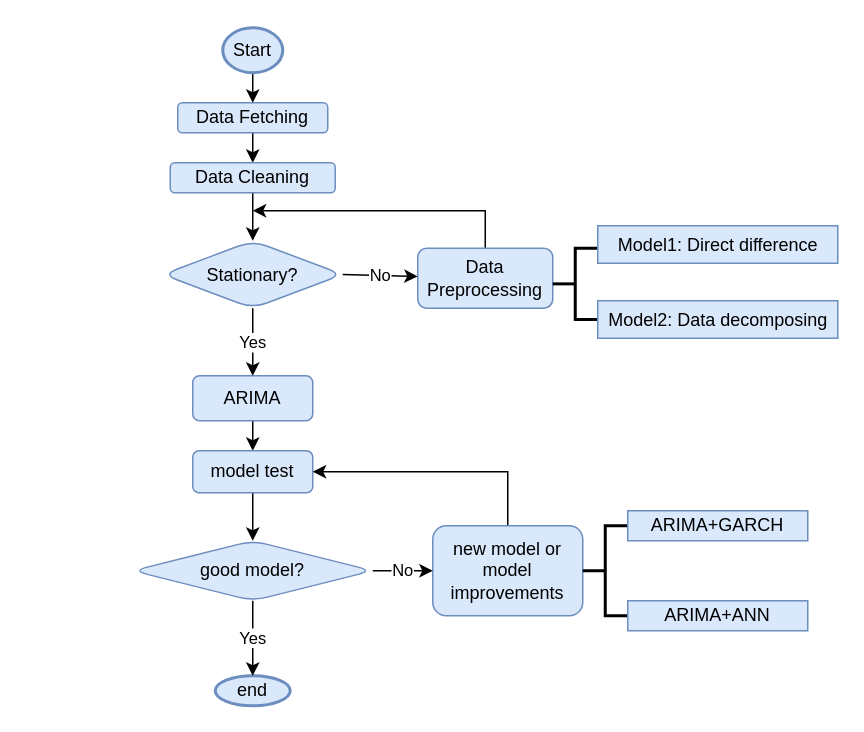
zzp1012/tesla-stock-prediction keeps this draw.io diagram as figures/Untitled Diagram.drawio. Above is the earlier version. Source tidied: cells renumbered, new cells numbered last; positions are measured from the earlier drawing's top-left corner, leaving out a move shared by most shapes. Both pictures are drawn from the tidied source at 150%, with x=0, y=0 at pixel (132, 27).
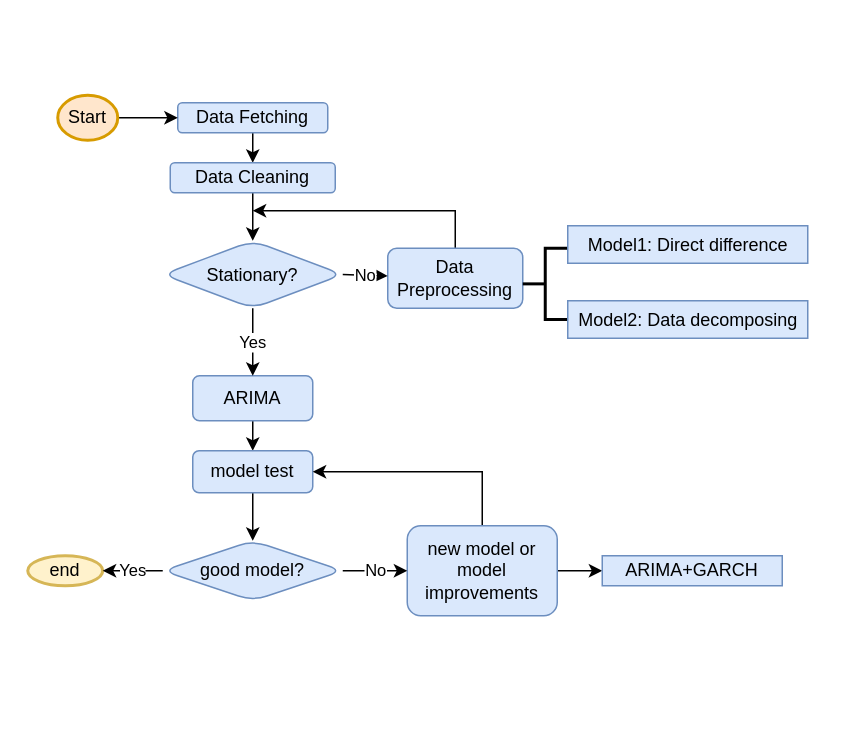
After the change.

The change refers to these unchanged cells:
```xml
<mxCell id="3" value="Data Fetching" style="rounded=1;whiteSpace=wrap;html=1;fontSize=12;glass=0;strokeWidth=1;shadow=0;fillColor=#dae8fc;strokeColor=#6c8ebf;" parent="1" vertex="1">
  <mxGeometry x="30" y="50" width="100" height="20" as="geometry" />
</mxCell>
<mxCell id="16" value="model test" style="whiteSpace=wrap;html=1;rounded=1;shadow=0;strokeWidth=1;glass=0;fillColor=#dae8fc;strokeColor=#6c8ebf;" parent="1" vertex="1">
  <mxGeometry x="40" y="282" width="80" height="28" as="geometry" />
</mxCell>
```

What changed in the source:
```diff
@@
-    <mxCell id="6" style="edgeStyle=none;rounded=0;jettySize=auto;html=1;exitX=0.5;exitY=1;exitDx=0;exitDy=0;exitPerimeter=0;entryX=0.5;entryY=0;entryDx=0;entryDy=0;" parent="1" edge="1" source="7" target="3">
+    <mxCell id="6" style="edgeStyle=none;rounded=0;jettySize=auto;html=1;exitX=1;exitY=0.5;exitDx=0;exitDy=0;exitPerimeter=0;entryX=0;entryY=0.5;entryDx=0;entryDy=0;" parent="1" edge="1" source="7" target="3">
       <mxGeometry relative="1" as="geometry" />
     </mxCell>
-    <mxCell id="7" value="Start" style="strokeWidth=2;html=1;shape=mxgraph.flowchart.start_1;whiteSpace=wrap;fillColor=#dae8fc;strokeColor=#6c8ebf;" parent="1" vertex="1">
-      <mxGeometry x="60" width="40" height="30" as="geometry" />
+    <mxCell id="7" value="Start" style="strokeWidth=2;html=1;shape=mxgraph.flowchart.start_1;whiteSpace=wrap;fillColor=#ffe6cc;strokeColor=#d79b00;" parent="1" vertex="1">
+      <mxGeometry x="-50" y="45" width="40" height="30" as="geometry" />
     </mxCell>
@@
     <mxCell id="9" style="edgeStyle=none;rounded=0;jettySize=auto;html=1;exitX=0.5;exitY=0;exitDx=0;exitDy=0;" parent="1" edge="1" source="10">
       <mxGeometry relative="1" as="geometry">
         <mxPoint x="80" y="122" as="targetPoint" />
         <Array as="points">
-          <mxPoint x="235" y="122" />
+          <mxPoint x="215" y="122" />
         </Array>
       </mxGeometry>
     </mxCell>
     <mxCell id="10" value="Data Preprocessing" style="whiteSpace=wrap;html=1;rounded=1;shadow=0;strokeWidth=1;glass=0;fillColor=#dae8fc;strokeColor=#6c8ebf;" parent="1" vertex="1">
-      <mxGeometry x="190" y="147" width="90" height="40" as="geometry" />
+      <mxGeometry x="170" y="147" width="90" height="40" as="geometry" />
     </mxCell>
@@
     <mxCell id="17" value="good model?" style="rhombus;whiteSpace=wrap;html=1;rounded=1;shadow=0;strokeWidth=1;glass=0;fillColor=#dae8fc;strokeColor=#6c8ebf;" parent="1" vertex="1">
-      <mxGeometry y="342" width="160" height="40" as="geometry" />
+      <mxGeometry x="20" y="342" width="120" height="40" as="geometry" />
     </mxCell>
     <mxCell id="18" style="edgeStyle=none;rounded=0;jettySize=auto;html=1;exitX=0.5;exitY=0;exitDx=0;exitDy=0;entryX=1;entryY=0.5;entryDx=0;entryDy=0;" parent="1" edge="1" source="19" target="16">
       <mxGeometry relative="1" as="geometry">
         <Array as="points">
-          <mxPoint x="250" y="296" />
+          <mxPoint x="233" y="312" />
+          <mxPoint x="233" y="296" />
         </Array>
       </mxGeometry>
     </mxCell>
+    <mxCell id="30" style="edgeStyle=orthogonalEdgeStyle;rounded=0;jettySize=auto;html=1;exitX=1;exitY=0.5;exitDx=0;exitDy=0;entryX=0;entryY=0.5;entryDx=0;entryDy=0;" parent="1" edge="1" source="19" target="28">
+      <mxGeometry relative="1" as="geometry" />
+    </mxCell>
     <mxCell id="19" value="new model or model improvements" style="whiteSpace=wrap;html=1;rounded=1;shadow=0;strokeWidth=1;glass=0;fillColor=#dae8fc;strokeColor=#6c8ebf;" parent="1" vertex="1">
-      <mxGeometry x="200" y="332" width="100" height="60" as="geometry" />
+      <mxGeometry x="183" y="332" width="100" height="60" as="geometry" />
     </mxCell>
@@
-    <mxCell id="21" value="end" style="ellipse;whiteSpace=wrap;html=1;rounded=1;shadow=0;strokeWidth=2;glass=0;fillColor=#dae8fc;strokeColor=#6c8ebf;" parent="1" vertex="1">
-      <mxGeometry x="55" y="432" width="50" height="20" as="geometry" />
+    <mxCell id="21" value="end" style="ellipse;whiteSpace=wrap;html=1;rounded=1;shadow=0;strokeWidth=2;glass=0;fillColor=#fff2cc;strokeColor=#d6b656;" parent="1" vertex="1">
+      <mxGeometry x="-70" y="352" width="50" height="20" as="geometry" />
     </mxCell>
@@
     <mxCell id="23" style="strokeWidth=2;html=1;shape=mxgraph.flowchart.annotation_2;align=left;labelPosition=right;" parent="1" vertex="1">
-      <mxGeometry x="280" y="147" width="30" height="47.5" as="geometry" />
+      <mxGeometry x="260" y="147" width="30" height="47.5" as="geometry" />
     </mxCell>
     <mxCell id="24" value="Model1: Direct difference" style="html=1;fillColor=#dae8fc;strokeColor=#6c8ebf;" parent="1" vertex="1">
-      <mxGeometry x="310" y="132" width="160" height="25" as="geometry" />
+      <mxGeometry x="290" y="132" width="160" height="25" as="geometry" />
     </mxCell>
     <mxCell id="25" value="Model2: Data decomposing" style="html=1;fillColor=#dae8fc;strokeColor=#6c8ebf;" parent="1" vertex="1">
-      <mxGeometry x="310" y="182" width="160" height="25" as="geometry" />
+      <mxGeometry x="290" y="182" width="160" height="25" as="geometry" />
     </mxCell>
@@
-    <mxCell id="27" style="strokeWidth=2;html=1;shape=mxgraph.flowchart.annotation_2;align=left;labelPosition=right;" parent="1" vertex="1">
-      <mxGeometry x="300" y="332" width="30" height="60" as="geometry" />
-    </mxCell>
     <mxCell id="28" value="ARIMA+GARCH" style="whiteSpace=wrap;html=1;align=center;fillColor=#dae8fc;strokeColor=#6c8ebf;" parent="1" vertex="1">
-      <mxGeometry x="330" y="322" width="120" height="20" as="geometry" />
+      <mxGeometry x="313" y="352" width="120" height="20" as="geometry" />
     </mxCell>
-    <mxCell id="29" value="ARIMA+ANN" style="whiteSpace=wrap;html=1;align=center;fillColor=#dae8fc;strokeColor=#6c8ebf;" parent="1" vertex="1">
-      <mxGeometry x="330" y="382" width="120" height="20" as="geometry" />
-    </mxCell>
```
